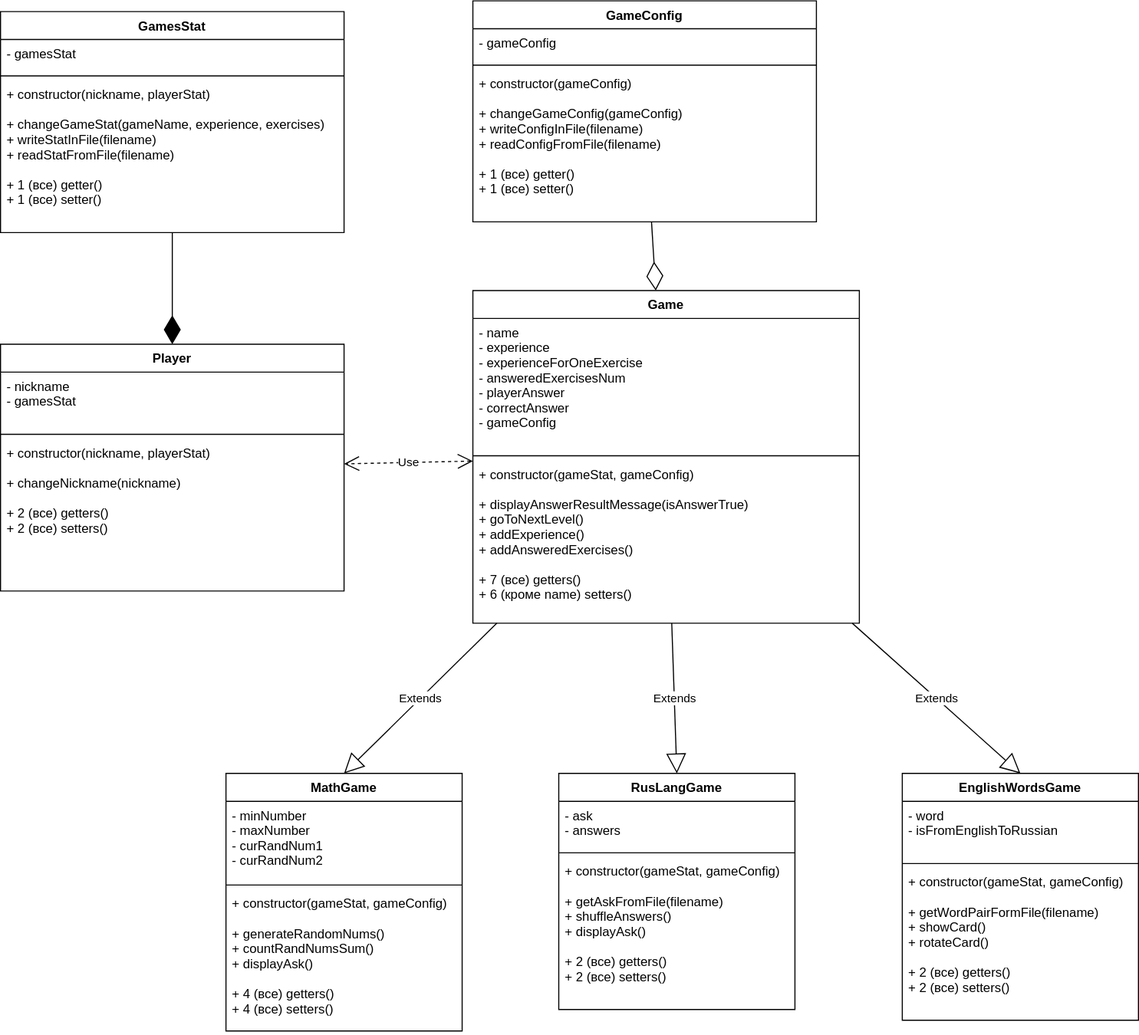
ShulV/AltSTU_repo keeps this draw.io diagram as 6_sem/OOP__Kruchkova-Savchenko/лаб3/lab3_oop.drawio.svg. Above is the earlier version. Source tidied: cells renumbered, new cells last; positions are measured from the earlier drawing's top-left corner, leaving out a move shared by most shapes.
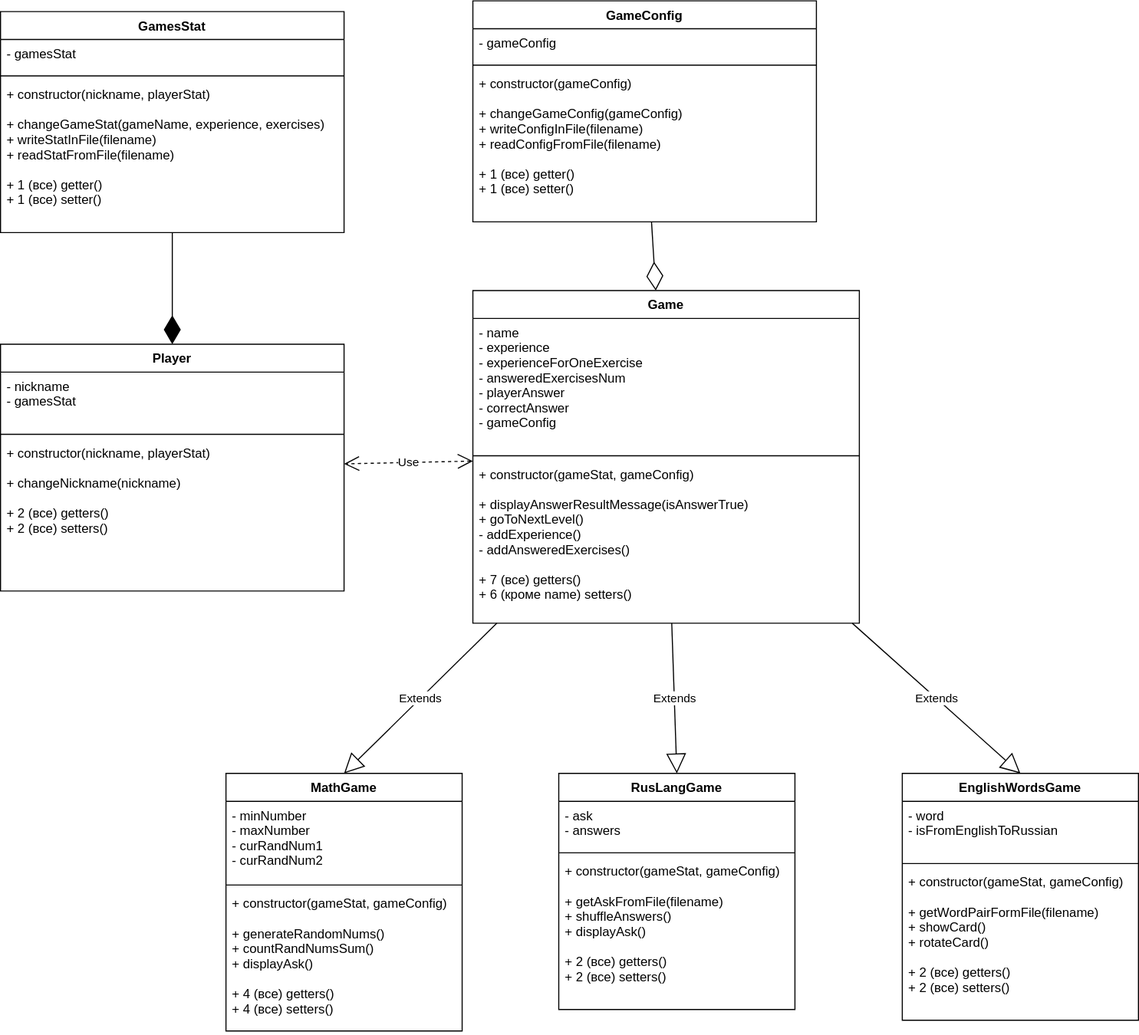
After the commit.

Change to the diagram source:
```diff
@@ -23,7 +23,7 @@
     <mxCell id="8" style="line;strokeWidth=1;fillColor=none;align=left;verticalAlign=middle;spacingTop=-1;spacingLeft=3;spacingRight=3;labelPosition=right;" parent="6" vertex="1">
       <mxGeometry y="150" width="360" height="8" as="geometry" />
     </mxCell>
-    <mxCell id="9" value="+ constructor(gameStat, gameConfig)&#10;&#10;+ displayAnswerResultMessage(isAnswerTrue)&#10;+ goToNextLevel()&#10;+ addExperience()&#10;+ addAnsweredExercises()&#10;&#10;+ 7 (все) getters()&#10;+ 6 (кроме name) setters()&#10;" style="text;strokeColor=none;fillColor=none;align=left;verticalAlign=top;spacingLeft=4;spacingRight=4;overflow=hidden;" parent="6" vertex="1">
+    <mxCell id="9" value="+ constructor(gameStat, gameConfig)&#10;&#10;+ displayAnswerResultMessage(isAnswerTrue)&#10;+ goToNextLevel()&#10;- addExperience()&#10;- addAnsweredExercises()&#10;&#10;+ 7 (все) getters()&#10;+ 6 (кроме name) setters()&#10;" style="text;strokeColor=none;fillColor=none;align=left;verticalAlign=top;spacingLeft=4;spacingRight=4;overflow=hidden;" parent="6" vertex="1">
       <mxGeometry y="158" width="360" height="152" as="geometry" />
     </mxCell>
     <mxCell id="10" value="MathGame" style="swimlane;fontStyle=1;align=center;verticalAlign=top;horizontal=1;startSize=26;" parent="1" vertex="1">
```
